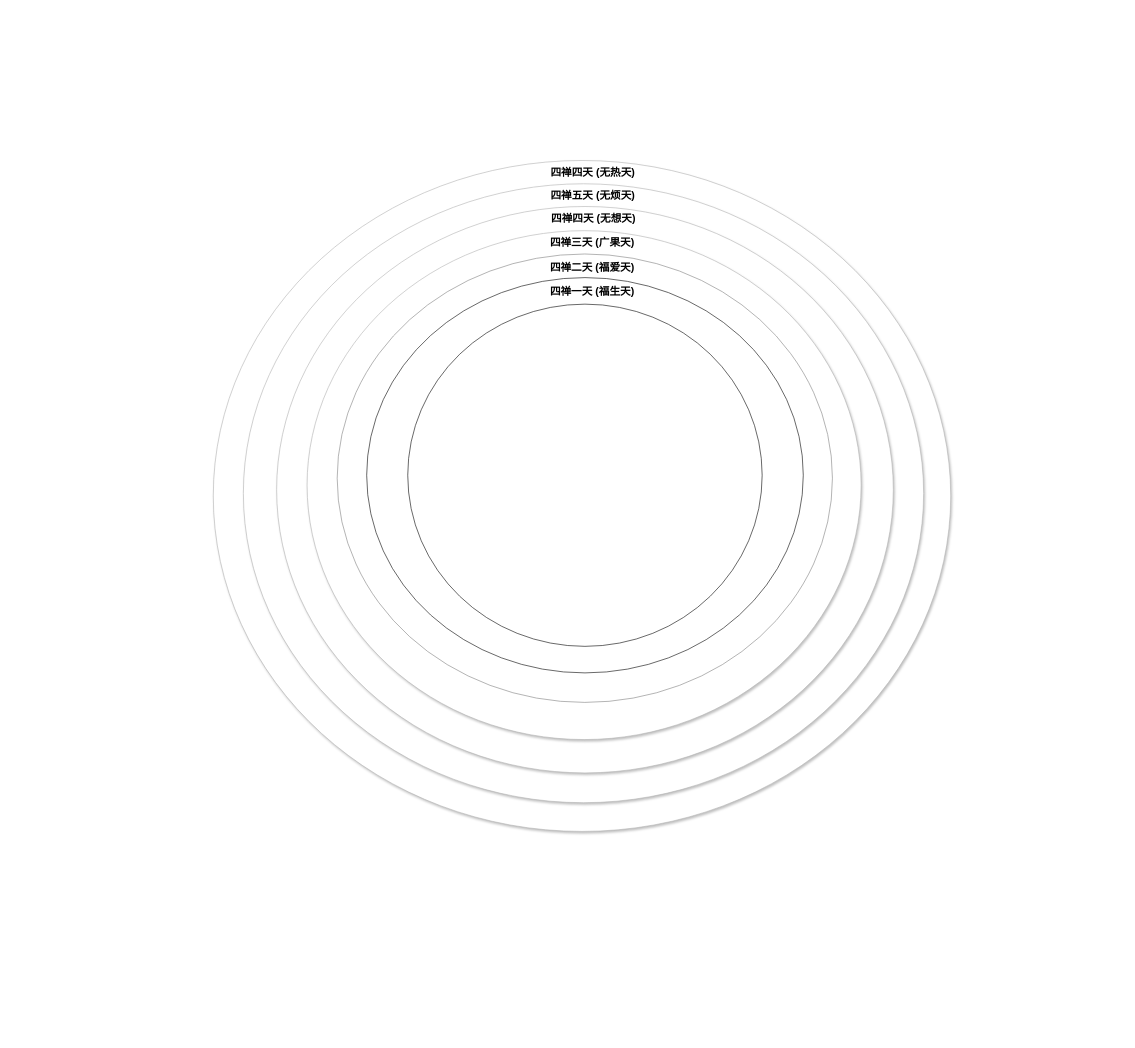
The draw.io diagram page "洋蔥" (1 of 4) of 三界二十八天.drawio in taiguanglin/lectures, before the edit. Source tidied: cells renumbered, new cells numbered last; positions are measured from the earlier drawing's top-left corner, leaving out a move shared by most shapes. Both pictures are drawn from the tidied source at 59%, with x=0, y=0 at pixel (213, 160).
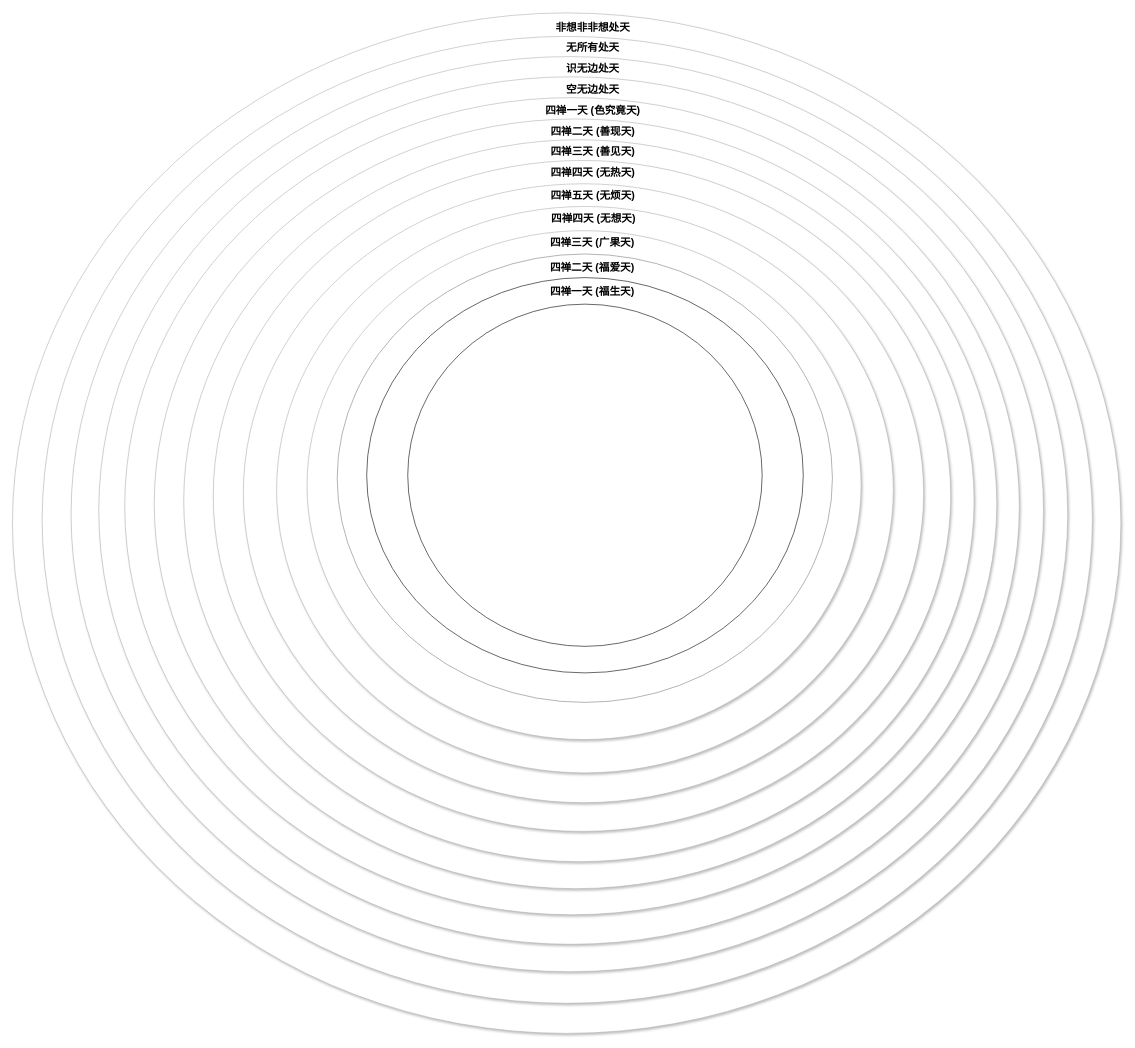
Above is the later version.

Commit message:
Update 三界二十八天.drawio

What changed in the source:
```diff
@@
+    <mxCell id="15" style="ellipse;whiteSpace=wrap;html=1;fontSize=12;shadow=1;strokeColor=#B3B3B3;" parent="1" vertex="1">
+      <mxGeometry x="-340.3" y="-250.6" width="1878.6" height="1729.6" as="geometry" />
+    </mxCell>
+    <mxCell id="16" style="ellipse;whiteSpace=wrap;html=1;fontSize=12;shadow=1;strokeColor=#B3B3B3;" parent="1" vertex="1">
+      <mxGeometry x="-290" y="-210.8" width="1780" height="1638.8" as="geometry" />
+    </mxCell>
+    <mxCell id="17" style="ellipse;whiteSpace=wrap;html=1;fontSize=12;shadow=1;strokeColor=#B3B3B3;" parent="1" vertex="1">
+      <mxGeometry x="-241" y="-176.6" width="1689.2" height="1551.1" as="geometry" />
+    </mxCell>
+    <mxCell id="18" style="ellipse;whiteSpace=wrap;html=1;fontSize=12;shadow=1;strokeColor=#B3B3B3;" parent="1" vertex="1">
+      <mxGeometry x="-194" y="-142.3" width="1601.2" height="1470.3" as="geometry" />
+    </mxCell>
+    <mxCell id="19" value="&lt;span style=&quot;font-size: 18px;&quot;&gt;非想非非想处天&lt;/span&gt;" style="text;html=1;whiteSpace=wrap;strokeColor=none;fillColor=none;align=center;verticalAlign=middle;rounded=0;fontStyle=1;" parent="1" vertex="1">
+      <mxGeometry x="550.7" y="-240.8" width="185" height="30" as="geometry" />
+    </mxCell>
+    <mxCell id="20" value="&lt;span style=&quot;font-size: 18px;&quot;&gt;无所有处天&lt;/span&gt;" style="text;html=1;whiteSpace=wrap;strokeColor=none;fillColor=none;align=center;verticalAlign=middle;rounded=0;fontStyle=1;" parent="1" vertex="1">
+      <mxGeometry x="550.7" y="-205.6" width="185" height="30" as="geometry" />
+    </mxCell>
+    <mxCell id="21" value="&lt;span style=&quot;font-size: 18px;&quot;&gt;识无边处天&lt;/span&gt;" style="text;html=1;whiteSpace=wrap;strokeColor=none;fillColor=none;align=center;verticalAlign=middle;rounded=0;fontStyle=1;" parent="1" vertex="1">
+      <mxGeometry x="550.7" y="-171.4" width="185" height="30" as="geometry" />
+    </mxCell>
+    <mxCell id="22" value="&lt;span style=&quot;font-size: 18px;&quot;&gt;空无边处天&lt;/span&gt;" style="text;html=1;whiteSpace=wrap;strokeColor=none;fillColor=none;align=center;verticalAlign=middle;rounded=0;fontStyle=1;" parent="1" vertex="1">
+      <mxGeometry x="551.1" y="-136.3" width="185" height="30" as="geometry" />
+    </mxCell>
+    <mxCell id="23" style="ellipse;whiteSpace=wrap;html=1;fontSize=12;shadow=1;strokeColor=#B3B3B3;" parent="1" vertex="1">
+      <mxGeometry x="-150" y="-107" width="1516.2" height="1385" as="geometry" />
+    </mxCell>
+    <mxCell id="24" value="&lt;span style=&quot;font-size: 18px;&quot;&gt;四禅一天 (色究竟天)&lt;/span&gt;" style="text;html=1;whiteSpace=wrap;strokeColor=none;fillColor=none;align=center;verticalAlign=middle;rounded=0;fontStyle=1;" parent="1" vertex="1">
+      <mxGeometry x="550.7" y="-99.5" width="185" height="30" as="geometry" />
+    </mxCell>
+    <mxCell id="25" style="ellipse;whiteSpace=wrap;html=1;fontSize=12;shadow=1;strokeColor=#B3B3B3;" parent="1" vertex="1">
+      <mxGeometry x="-100" y="-70.8" width="1428" height="1304.5" as="geometry" />
+    </mxCell>
+    <mxCell id="26" value="&lt;span style=&quot;font-size: 18px;&quot;&gt;四禅二天 (善现天)&lt;/span&gt;" style="text;html=1;whiteSpace=wrap;strokeColor=none;fillColor=none;align=center;verticalAlign=middle;rounded=0;fontStyle=1;" parent="1" vertex="1">
+      <mxGeometry x="550.7" y="-64.3" width="185" height="30" as="geometry" />
+    </mxCell>
+    <mxCell id="27" style="ellipse;whiteSpace=wrap;html=1;fontSize=12;shadow=1;strokeColor=#B3B3B3;" parent="1" vertex="1">
+      <mxGeometry x="-50" y="-35.6" width="1339.5" height="1223.6" as="geometry" />
+    </mxCell>
+    <mxCell id="28" value="&lt;span style=&quot;font-size: 18px;&quot;&gt;四禅三天 (善见天)&lt;/span&gt;" style="text;html=1;whiteSpace=wrap;strokeColor=none;fillColor=none;align=center;verticalAlign=middle;rounded=0;fontStyle=1;" parent="1" vertex="1">
+      <mxGeometry x="550.7" y="-30.1" width="185" height="30" as="geometry" />
+    </mxCell>
```
